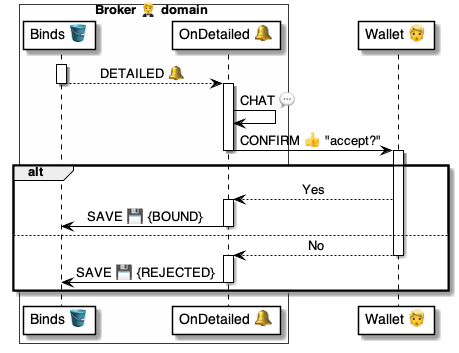
Above: 4 ⚙️ Solution/20 🧑‍🦰 UI/Brokers 🤵/🤵🪣 Broker tables/Binds 🔗 table/🪣🧱 12 Detailed 🔔 event/🤵 OnBindDetailed ⚙️ uml.png in pollyweb-org/pollyweb-docs (PlantUML), before the change. Its source is kept beside it as 4 ⚙️ Solution/20 🧑‍🦰 UI/Brokers 🤵/🤵🪣 Broker tables/Binds 🔗 table/🪣🧱 12 Detailed 🔔 event/🤵 OnBindDetailed ⚙️ uml.puml.
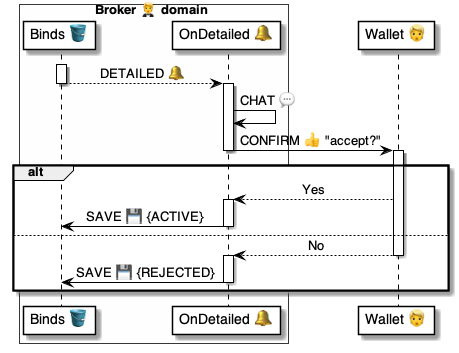
Above is the later version.

The edit, as a diff of the source:
```diff
@@ -23,7 +23,7 @@
         wallet --> detailed: Yes
 
     activate detailed
-        detailed ->  binds: SAVE 💾 {BOUND}
+        detailed ->  binds: SAVE 💾 {ACTIVE}
     deactivate detailed
 
 
```
